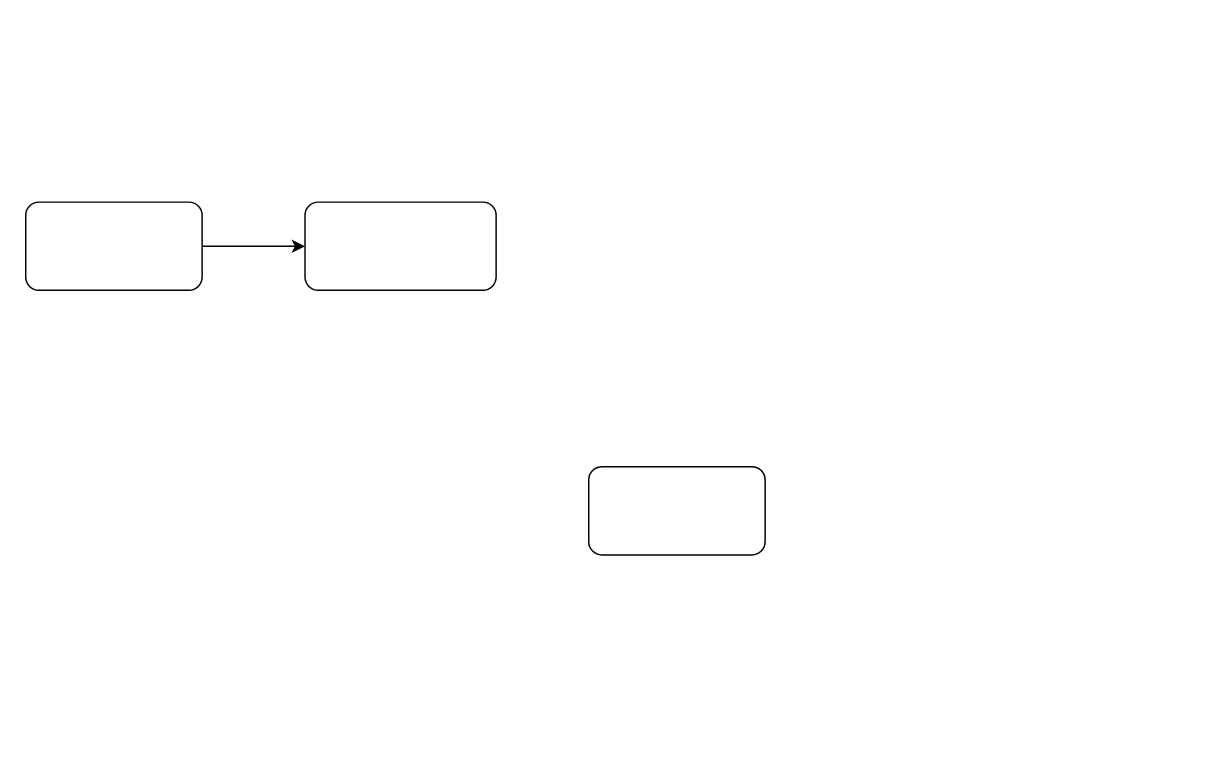
The draw.io diagram page "SINIS" (1 of 5) of perpus digital.drawio in ExtraordinaryTeam/Book_Search, before the edit. Source tidied: cells renumbered, new cells numbered last; positions are measured from the earlier drawing's top-left corner, leaving out a move shared by most shapes. Both pictures are drawn from the tidied source at 147%, with x=0, y=0 at pixel (25, 201).
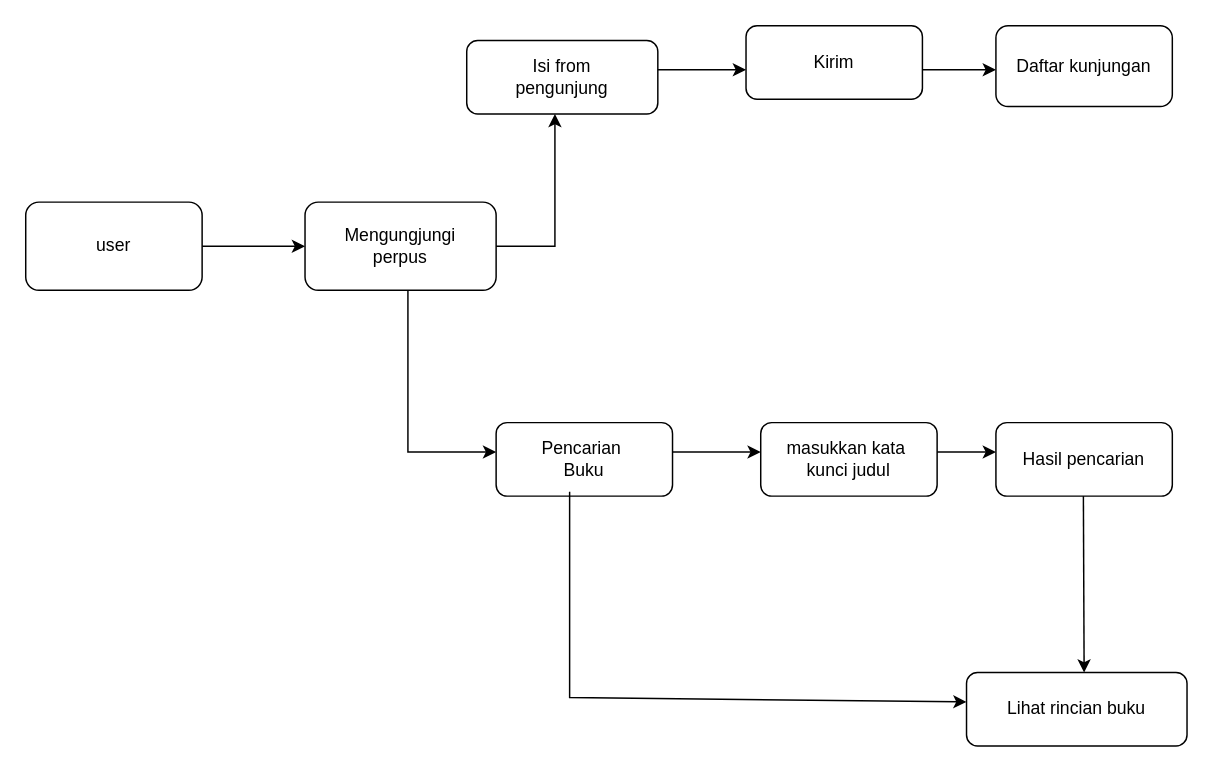
Above is the later version.

Change to the diagram source:
```diff
@@
-    <mxCell id="2" style="rounded=1;whiteSpace=wrap;html=1;" parent="1" vertex="1">
+    <mxCell id="2" value="user" style="rounded=1;whiteSpace=wrap;html=1;" parent="1" vertex="1">
       <mxGeometry width="120" height="60" as="geometry" />
     </mxCell>
@@
-    <mxCell id="4" style="rounded=1;whiteSpace=wrap;html=1;" parent="1" vertex="1">
+    <mxCell id="4" value="Mengungjungi&lt;br&gt;perpus" style="rounded=1;whiteSpace=wrap;html=1;" parent="1" vertex="1">
       <mxGeometry x="190" width="130" height="60" as="geometry" />
     </mxCell>
-    <mxCell id="5" style="rounded=1;whiteSpace=wrap;html=1;" parent="1" vertex="1">
-      <mxGeometry x="383" y="180" width="120" height="60" as="geometry" />
+    <mxCell id="5" value="Isi from&lt;br&gt;pengunjung" style="rounded=1;whiteSpace=wrap;html=1;" parent="1" vertex="1">
+      <mxGeometry x="300" y="-110" width="130" height="50" as="geometry" />
     </mxCell>
+    <mxCell id="6" style="endArrow=classic;html=1;rounded=0;" parent="1" edge="1">
+      <mxGeometry relative="1" as="geometry">
+        <mxPoint x="320" y="30" as="sourcePoint" />
+        <mxPoint x="360" y="-60" as="targetPoint" />
+        <Array as="points">
+          <mxPoint x="360" y="30" />
+        </Array>
+      </mxGeometry>
+    </mxCell>
+    <mxCell id="7" value="Kirim" style="rounded=1;whiteSpace=wrap;html=1;" parent="1" vertex="1">
+      <mxGeometry x="490" y="-120" width="120" height="50" as="geometry" />
+    </mxCell>
+    <mxCell id="8" style="endArrow=classic;html=1;rounded=0;" parent="1" edge="1">
+      <mxGeometry relative="1" as="geometry">
+        <mxPoint x="430" y="-90" as="sourcePoint" />
+        <mxPoint x="490" y="-90" as="targetPoint" />
+      </mxGeometry>
+    </mxCell>
+    <mxCell id="9" style="endArrow=classic;html=1;rounded=0;" parent="1" edge="1">
+      <mxGeometry relative="1" as="geometry">
+        <mxPoint x="610" y="-90" as="sourcePoint" />
+        <mxPoint x="660" y="-90" as="targetPoint" />
+      </mxGeometry>
+    </mxCell>
+    <mxCell id="10" value="Daftar kunjungan" style="rounded=1;whiteSpace=wrap;html=1;" parent="1" vertex="1">
+      <mxGeometry x="660" y="-120" width="120" height="55" as="geometry" />
+    </mxCell>
+    <mxCell id="11" style="endArrow=classic;html=1;rounded=0;" parent="1" edge="1">
+      <mxGeometry relative="1" as="geometry">
+        <mxPoint x="260" y="60" as="sourcePoint" />
+        <mxPoint x="320" y="170" as="targetPoint" />
+        <Array as="points">
+          <mxPoint x="260" y="80" />
+          <mxPoint x="260" y="140" />
+          <mxPoint x="260" y="170" />
+        </Array>
+      </mxGeometry>
+    </mxCell>
+    <mxCell id="12" value="Pencarian&amp;nbsp;&lt;br&gt;Buku" style="rounded=1;whiteSpace=wrap;html=1;" parent="1" vertex="1">
+      <mxGeometry x="320" y="150" width="120" height="50" as="geometry" />
+    </mxCell>
+    <mxCell id="13" style="endArrow=classic;html=1;rounded=0;" parent="1" edge="1">
+      <mxGeometry relative="1" as="geometry">
+        <mxPoint x="440" y="170" as="sourcePoint" />
+        <mxPoint x="500" y="170" as="targetPoint" />
+      </mxGeometry>
+    </mxCell>
+    <mxCell id="14" value="masukkan kata&amp;nbsp;&lt;br&gt;kunci judul" style="rounded=1;whiteSpace=wrap;html=1;" parent="1" vertex="1">
+      <mxGeometry x="500" y="150" width="120" height="50" as="geometry" />
+    </mxCell>
+    <mxCell id="15" style="endArrow=classic;html=1;rounded=0;" parent="1" edge="1">
+      <mxGeometry relative="1" as="geometry">
+        <mxPoint x="620" y="170" as="sourcePoint" />
+        <mxPoint x="660" y="170" as="targetPoint" />
+      </mxGeometry>
+    </mxCell>
+    <mxCell id="16" value="Hasil pencarian" style="rounded=1;whiteSpace=wrap;html=1;" parent="1" vertex="1">
+      <mxGeometry x="660" y="150" width="120" height="50" as="geometry" />
+    </mxCell>
+    <mxCell id="17" style="endArrow=classic;html=1;rounded=0;" parent="1" edge="1">
+      <mxGeometry relative="1" as="geometry">
+        <mxPoint x="719.5" y="200" as="sourcePoint" />
+        <mxPoint x="720" y="320" as="targetPoint" />
+      </mxGeometry>
+    </mxCell>
+    <mxCell id="18" value="Lihat rincian buku" style="rounded=1;whiteSpace=wrap;html=1;" parent="1" vertex="1">
+      <mxGeometry x="640" y="320" width="150" height="50" as="geometry" />
+    </mxCell>
+    <mxCell id="19" style="endArrow=classic;html=1;rounded=0;" parent="1" edge="1">
+      <mxGeometry relative="1" as="geometry">
+        <mxPoint x="370" y="197" as="sourcePoint" />
+        <mxPoint x="640" y="340" as="targetPoint" />
+        <Array as="points">
+          <mxPoint x="370" y="337" />
+        </Array>
+      </mxGeometry>
+    </mxCell>
```
